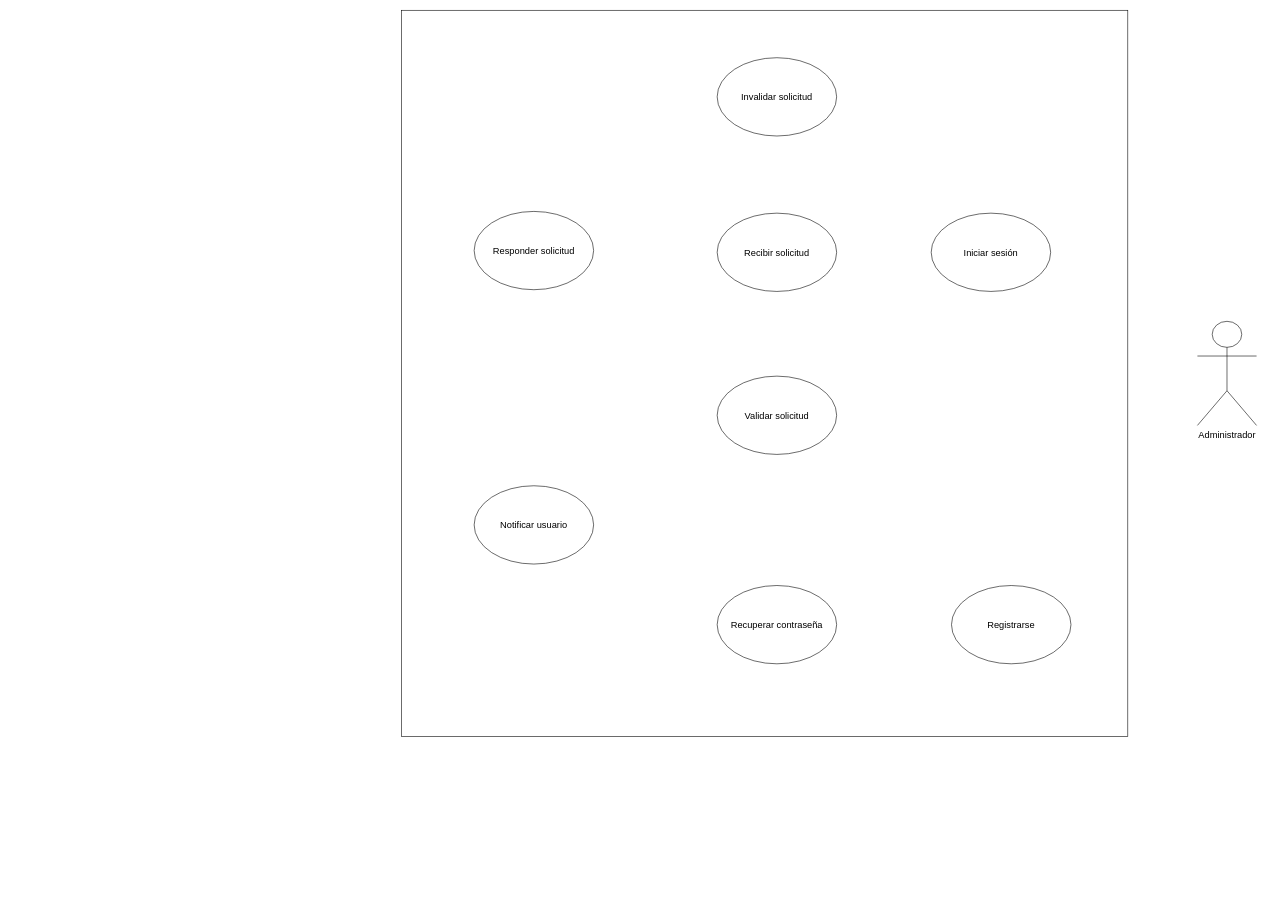
Before: Diagramas/Casos_de_Uso.drawio in MrRevillod/SmartParking, a draw.io diagram. Source tidied: cells renumbered, new cells numbered last; positions are measured from the earlier drawing's top-left corner, leaving out a move shared by most shapes. Both pictures are drawn from the tidied source at 58%, with x=0, y=0 at pixel (401, 10).
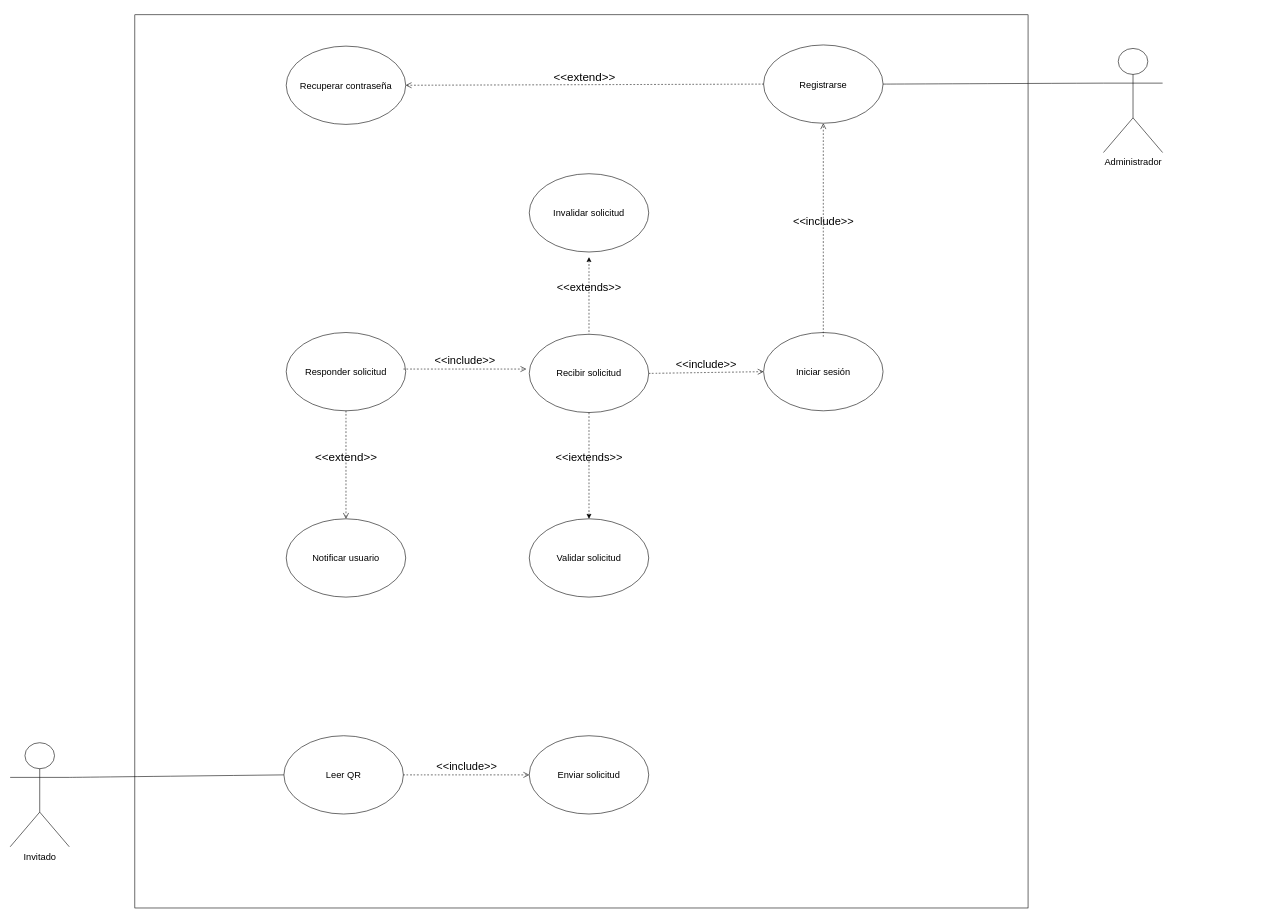
The same diagram, later.

Change to the diagram source:
```diff
@@
     <mxCell id="2" style="whiteSpace=wrap;html=1;fontSize=16;rotation=-90;" parent="1" vertex="1">
-      <mxGeometry y="0.2" width="1252" height="1252" as="geometry" />
+      <mxGeometry x="-460" y="8" width="1540" height="1540" as="geometry" />
     </mxCell>
     <mxCell id="3" value="Administrador" style="shape=umlActor;verticalLabelPosition=bottom;verticalAlign=top;html=1;outlineConnect=0;fontSize=16;" parent="1" vertex="1">
-      <mxGeometry x="1372" y="536.5" width="102" height="179.5" as="geometry" />
+      <mxGeometry x="1210" y="66" width="102" height="179.5" as="geometry" />
     </mxCell>
     <mxCell id="4" value="Recuperar contraseña" style="ellipse;whiteSpace=wrap;html=1;fontSize=16;" parent="1" vertex="1">
-      <mxGeometry x="544" y="992" width="206" height="135" as="geometry" />
+      <mxGeometry x="-199" y="62" width="206" height="135" as="geometry" />
     </mxCell>
     <mxCell id="5" value="Iniciar sesión" style="ellipse;whiteSpace=wrap;html=1;fontSize=16;" parent="1" vertex="1">
-      <mxGeometry x="913" y="350" width="206" height="135" as="geometry" />
+      <mxGeometry x="624" y="555.8" width="206" height="135" as="geometry" />
     </mxCell>
+    <mxCell id="12" style="edgeStyle=none;curved=1;rounded=0;jettySize=auto;html=1;exitX=1;exitY=0.5;exitDx=0;exitDy=0;entryX=0;entryY=0.3333333333333333;entryDx=0;entryDy=0;entryPerimeter=0;fontSize=12;startSize=8;endSize=8;endArrow=none;endFill=0;" parent="1" edge="1" source="6" target="3">
+      <mxGeometry relative="1" as="geometry" />
+    </mxCell>
     <mxCell id="6" value="Registrarse" style="ellipse;whiteSpace=wrap;html=1;fontSize=16;" parent="1" vertex="1">
-      <mxGeometry x="948" y="992" width="206" height="135" as="geometry" />
+      <mxGeometry x="624" y="60" width="206" height="135" as="geometry" />
     </mxCell>
     <mxCell id="7" value="Invalidar solicitud" style="ellipse;whiteSpace=wrap;html=1;fontSize=16;" parent="1" vertex="1">
-      <mxGeometry x="544" y="82" width="206" height="135" as="geometry" />
+      <mxGeometry x="220" y="282" width="206" height="135" as="geometry" />
     </mxCell>
     <mxCell id="8" value="Validar solicitud" style="ellipse;whiteSpace=wrap;html=1;fontSize=16;" parent="1" vertex="1">
-      <mxGeometry x="544" y="631" width="206" height="135" as="geometry" />
+      <mxGeometry x="220" y="877" width="206" height="135" as="geometry" />
     </mxCell>
     <mxCell id="9" value="Recibir solicitud" style="ellipse;whiteSpace=wrap;html=1;fontSize=16;" parent="1" vertex="1">
-      <mxGeometry x="544" y="350" width="206" height="135" as="geometry" />
+      <mxGeometry x="220" y="558.8" width="206" height="135" as="geometry" />
     </mxCell>
     <mxCell id="10" value="Notificar usuario" style="ellipse;whiteSpace=wrap;html=1;fontSize=16;" parent="1" vertex="1">
-      <mxGeometry x="125" y="820" width="206" height="135" as="geometry" />
+      <mxGeometry x="-199" y="877" width="206" height="135" as="geometry" />
     </mxCell>
     <mxCell id="11" value="Responder solicitud" style="ellipse;whiteSpace=wrap;html=1;fontSize=16;" parent="1" vertex="1">
-      <mxGeometry x="125" y="347" width="206" height="135" as="geometry" />
+      <mxGeometry x="-199" y="555.8" width="206" height="135" as="geometry" />
     </mxCell>
+    <mxCell id="13" value="&lt;font style=&quot;font-size: 20px;&quot;&gt;&amp;lt;&amp;lt;extend&amp;gt;&amp;gt;&lt;/font&gt;" style="endArrow=open;startArrow=none;endFill=0;startFill=0;endSize=8;html=1;verticalAlign=bottom;dashed=1;labelBackgroundColor=none;rounded=0;fontSize=12;curved=1;entryX=0.5;entryY=0;entryDx=0;entryDy=0;exitX=0.5;exitY=1;exitDx=0;exitDy=0;" parent="1" edge="1" source="11" target="10">
+      <mxGeometry relative="1" as="geometry" />
+    </mxCell>
+    <mxCell id="14" value="&lt;font style=&quot;font-size: 19px;&quot;&gt;&amp;lt;&amp;lt;include&amp;gt;&amp;gt;&lt;/font&gt;" style="endArrow=open;startArrow=none;endFill=0;startFill=0;endSize=8;html=1;verticalAlign=bottom;dashed=1;labelBackgroundColor=none;rounded=0;fontSize=12;curved=1;exitX=1;exitY=0.5;exitDx=0;exitDy=0;entryX=0;entryY=0.5;entryDx=0;entryDy=0;" parent="1" edge="1" source="9" target="5">
+      <mxGeometry relative="1" as="geometry" />
+    </mxCell>
+    <mxCell id="15" value="&lt;font style=&quot;font-size: 19px;&quot;&gt;&amp;lt;&amp;lt;extends&amp;gt;&amp;gt;&lt;/font&gt;" style="endArrow=none;startArrow=classic;endFill=0;startFill=1;endSize=8;html=1;verticalAlign=bottom;dashed=1;labelBackgroundColor=none;rounded=0;fontSize=12;curved=1;entryX=0.5;entryY=0;entryDx=0;entryDy=0;exitX=0.5;exitY=1;exitDx=0;exitDy=0;" parent="1" edge="1" target="9">
+      <mxGeometry relative="1" as="geometry">
+        <mxPoint x="323" y="425.8" as="sourcePoint" />
+      </mxGeometry>
+    </mxCell>
+    <mxCell id="16" value="&lt;font style=&quot;font-size: 19px;&quot;&gt;&amp;lt;&amp;lt;iextends&amp;gt;&amp;gt;&lt;/font&gt;" style="endArrow=none;startArrow=classic;endFill=0;startFill=1;endSize=8;html=1;verticalAlign=bottom;dashed=1;labelBackgroundColor=none;rounded=0;fontSize=12;curved=1;exitX=0.5;exitY=0;exitDx=0;exitDy=0;entryX=0.5;entryY=1;entryDx=0;entryDy=0;" parent="1" edge="1" source="8" target="9">
+      <mxGeometry relative="1" as="geometry" />
+    </mxCell>
+    <mxCell id="17" value="&lt;font style=&quot;font-size: 20px;&quot;&gt;&amp;lt;&amp;lt;extend&amp;gt;&amp;gt;&lt;/font&gt;" style="endArrow=open;startArrow=none;endFill=0;startFill=0;endSize=8;html=1;verticalAlign=bottom;dashed=1;labelBackgroundColor=none;rounded=0;fontSize=12;curved=1;entryX=1;entryY=0.5;entryDx=0;entryDy=0;exitX=0;exitY=0.5;exitDx=0;exitDy=0;" parent="1" edge="1" source="6" target="4">
+      <mxGeometry relative="1" as="geometry" />
+    </mxCell>
+    <mxCell id="18" style="edgeStyle=none;curved=1;rounded=0;jettySize=auto;html=1;exitX=1;exitY=0.3333333333333333;exitDx=0;exitDy=0;exitPerimeter=0;entryX=0;entryY=0.5;entryDx=0;entryDy=0;fontSize=12;startSize=8;endSize=8;endArrow=none;endFill=0;" parent="1" edge="1" source="19" target="20">
+      <mxGeometry relative="1" as="geometry" />
+    </mxCell>
+    <mxCell id="19" value="Invitado" style="shape=umlActor;verticalLabelPosition=bottom;verticalAlign=top;html=1;outlineConnect=0;fontSize=16;" parent="1" vertex="1">
+      <mxGeometry x="-675" y="1263" width="102" height="179.5" as="geometry" />
+    </mxCell>
+    <mxCell id="20" value="Leer QR" style="ellipse;whiteSpace=wrap;html=1;fontSize=16;" parent="1" vertex="1">
+      <mxGeometry x="-203" y="1251" width="206" height="135" as="geometry" />
+    </mxCell>
+    <mxCell id="21" value="Enviar solicitud" style="ellipse;whiteSpace=wrap;html=1;fontSize=16;" parent="1" vertex="1">
+      <mxGeometry x="220" y="1251" width="206" height="135" as="geometry" />
+    </mxCell>
+    <mxCell id="22" value="&lt;font style=&quot;font-size: 19px;&quot;&gt;&amp;lt;&amp;lt;include&amp;gt;&amp;gt;&lt;/font&gt;" style="endArrow=open;startArrow=none;endFill=0;startFill=0;endSize=8;html=1;verticalAlign=bottom;dashed=1;labelBackgroundColor=none;rounded=0;fontSize=12;curved=1;entryX=0.5;entryY=1;entryDx=0;entryDy=0;" parent="1" edge="1" target="6">
+      <mxGeometry relative="1" as="geometry">
+        <mxPoint x="727" y="563" as="sourcePoint" />
+      </mxGeometry>
+    </mxCell>
+    <mxCell id="23" value="&lt;font style=&quot;font-size: 19px;&quot;&gt;&amp;lt;&amp;lt;include&amp;gt;&amp;gt;&lt;/font&gt;" style="endArrow=open;startArrow=none;endFill=0;startFill=0;endSize=8;html=1;verticalAlign=bottom;dashed=1;labelBackgroundColor=none;rounded=0;fontSize=12;curved=1;" parent="1" edge="1">
+      <mxGeometry relative="1" as="geometry">
+        <mxPoint x="3" y="618.8" as="sourcePoint" />
+        <mxPoint x="215" y="618.8" as="targetPoint" />
+      </mxGeometry>
+    </mxCell>
+    <mxCell id="24" value="&lt;font style=&quot;font-size: 19px;&quot;&gt;&amp;lt;&amp;lt;include&amp;gt;&amp;gt;&lt;/font&gt;" style="endArrow=open;startArrow=none;endFill=0;startFill=0;endSize=8;html=1;verticalAlign=bottom;dashed=1;labelBackgroundColor=none;rounded=0;fontSize=12;curved=1;exitX=1;exitY=0.5;exitDx=0;exitDy=0;entryX=0;entryY=0.5;entryDx=0;entryDy=0;" parent="1" edge="1" source="20" target="21">
+      <mxGeometry relative="1" as="geometry" />
+    </mxCell>
```
